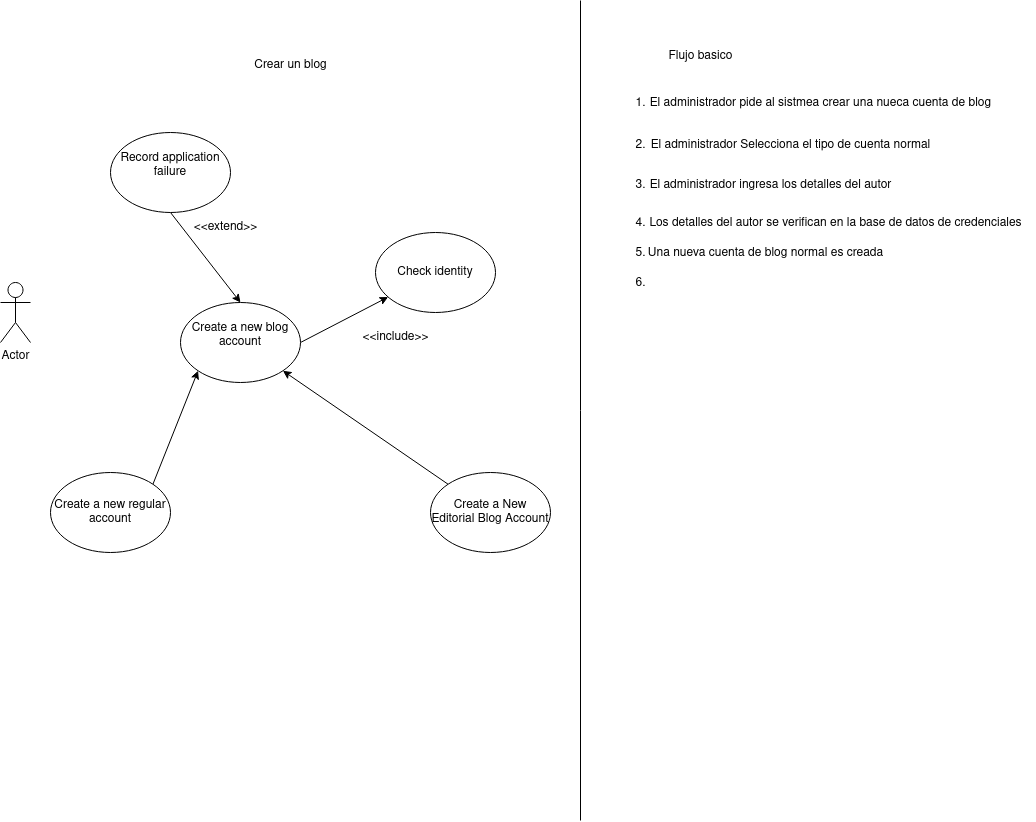
Above: DSejemplo.drawio.png in GermanOjeda/Tarea-ETS (draw.io), before the change. Source tidied: cells renumbered, new cells last; positions are measured from the earlier drawing's top-left corner, leaving out a move shared by most shapes.
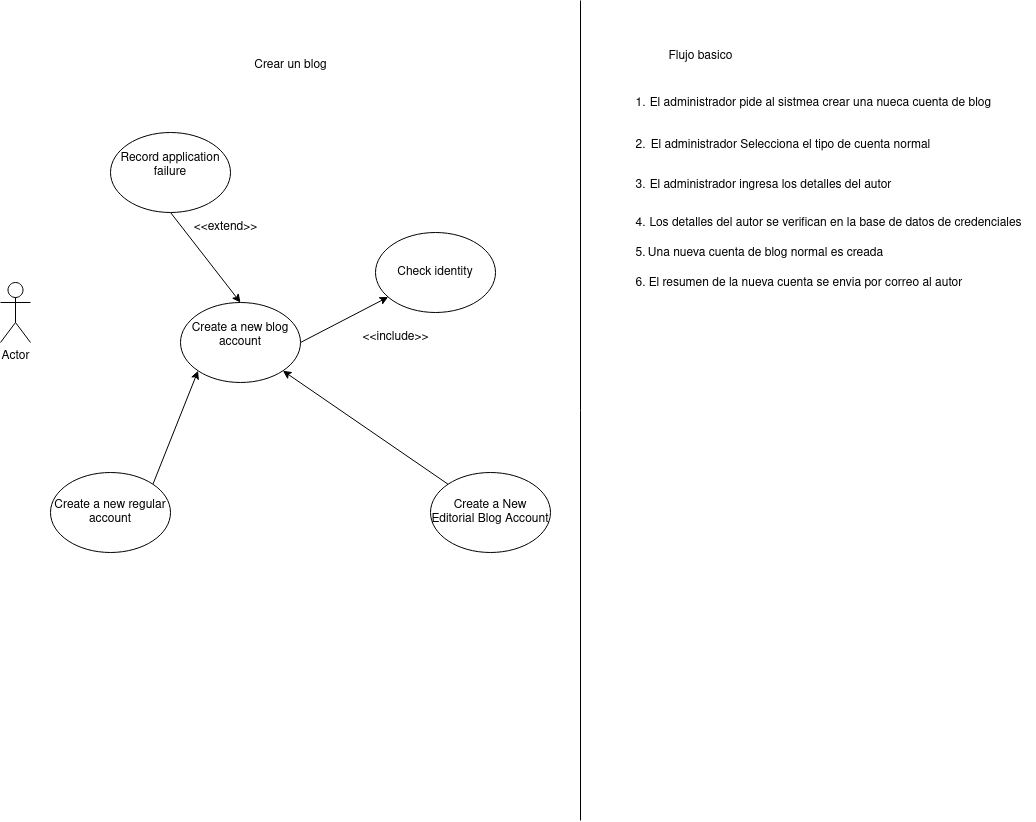
After the change.

What changed in the source:
```diff
@@ -83,5 +83,8 @@
     <mxCell id="27" value="6." style="text;html=1;align=center;verticalAlign=middle;strokeColor=none;fillColor=none;" parent="1" vertex="1">
       <mxGeometry x="625" y="268" width="30" height="30" as="geometry" />
     </mxCell>
+    <mxCell id="28" value="El resumen de la nueva cuenta se envia por correo al autor" style="text;html=1;align=center;verticalAlign=middle;strokeColor=none;fillColor=none;" parent="1" vertex="1">
+      <mxGeometry x="635" y="268" width="340" height="30" as="geometry" />
+    </mxCell>
   </root>
 </mxGraphModel>
```
